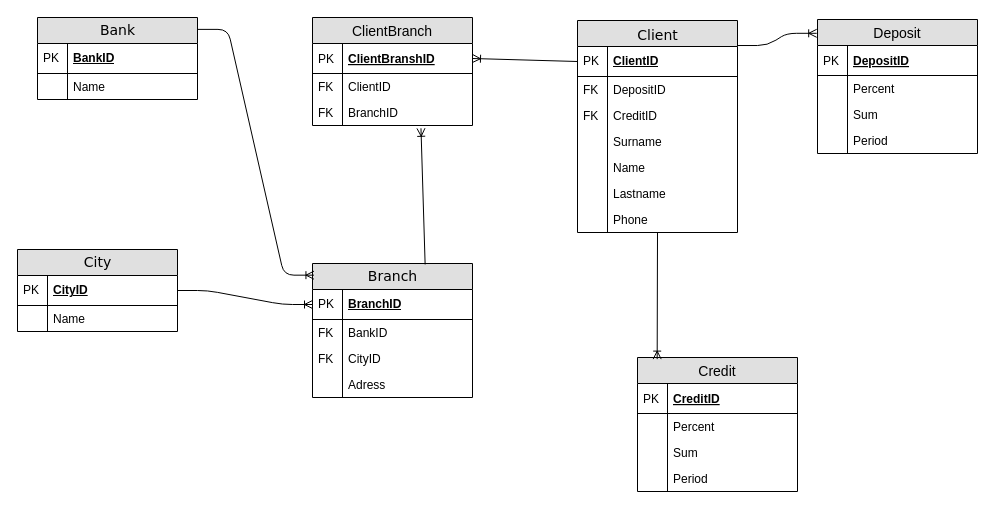
This is Untitled Diagram.drawio from duxa2089/entity-relationship-model, a draw.io file, before an edit. Source tidied: cells renumbered, new cells numbered last; positions are measured from the earlier drawing's top-left corner, leaving out a move shared by most shapes. Both pictures are drawn from the tidied source at 100%, with x=0, y=0 at pixel (17, 17).
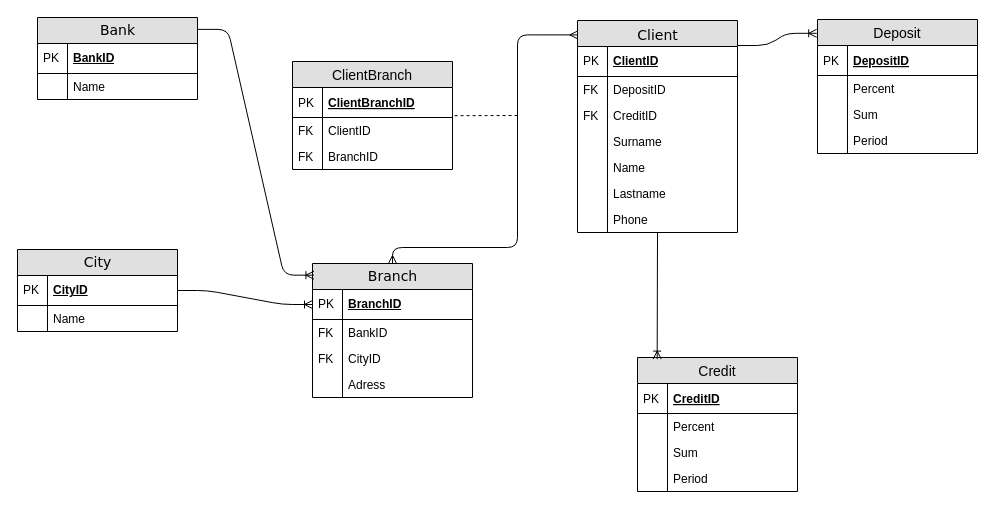
After the change.

Unchanged cells that the change refers to:
```xml
<mxCell id="2" value="Client" style="swimlane;html=1;fontStyle=0;horizontal=1;startSize=26;fillColor=#e0e0e0;swimlaneFillColor=#ffffff;align=center;rounded=0;shadow=0;comic=0;labelBackgroundColor=none;strokeColor=#000000;strokeWidth=1;fontFamily=Verdana;fontSize=14;fontColor=#000000;swimlaneLine=1;verticalAlign=top;" parent="1" vertex="1">
  <mxGeometry x="560" y="3" width="160" height="212" as="geometry" />
</mxCell>
<mxCell id="3" value="ClientID" style="shape=partialRectangle;top=0;left=0;right=0;bottom=1;html=1;align=left;verticalAlign=middle;fillColor=none;spacingLeft=34;spacingRight=4;whiteSpace=wrap;overflow=hidden;points=[[0,0.5],[1,0.5]];portConstraint=eastwest;fontStyle=5;" parent="2" vertex="1">
  <mxGeometry y="26" width="160" height="30" as="geometry" />
</mxCell>
<mxCell id="22" value="Branch" style="swimlane;html=1;fontStyle=0;horizontal=1;startSize=26;fillColor=#e0e0e0;swimlaneFillColor=#ffffff;align=center;rounded=0;shadow=0;comic=0;labelBackgroundColor=none;strokeColor=#000000;strokeWidth=1;fontFamily=Verdana;fontSize=14;fontColor=#000000;" parent="1" vertex="1">
  <mxGeometry x="295" y="246" width="160" height="134" as="geometry" />
</mxCell>
<mxCell id="60" value="ClientID" style="shape=partialRectangle;top=0;left=0;right=0;bottom=0;align=left;verticalAlign=top;fillColor=none;spacingLeft=34;spacingRight=4;overflow=hidden;points=[[0,0.5],[1,0.5]];portConstraint=eastwest;fontSize=12;" parent="57" vertex="1">
  <mxGeometry y="56" width="160" height="26" as="geometry" />
</mxCell>
<mxCell id="62" value="BranchID" style="shape=partialRectangle;top=0;left=0;right=0;bottom=0;align=left;verticalAlign=top;fillColor=none;spacingLeft=34;spacingRight=4;overflow=hidden;points=[[0,0.5],[1,0.5]];portConstraint=eastwest;fontSize=12;" parent="57" vertex="1">
  <mxGeometry y="82" width="160" height="26" as="geometry" />
</mxCell>
```

Change to the diagram source:
```diff
@@
     <mxCell id="57" value="ClientBranch" style="swimlane;fontStyle=0;horizontal=1;startSize=26;fillColor=#e0e0e0;swimlaneFillColor=#ffffff;align=center;fontSize=14;" parent="1" vertex="1">
-      <mxGeometry x="295" width="160" height="108" as="geometry" />
+      <mxGeometry x="275" y="44" width="160" height="108" as="geometry" />
     </mxCell>
-    <mxCell id="58" value="ClientBranshID" style="shape=partialRectangle;top=0;left=0;right=0;bottom=1;align=left;verticalAlign=middle;fillColor=none;spacingLeft=34;spacingRight=4;overflow=hidden;points=[[0,0.5],[1,0.5]];portConstraint=eastwest;fontStyle=5;fontSize=12;" parent="57" vertex="1">
+    <mxCell id="58" value="ClientBranchID" style="shape=partialRectangle;top=0;left=0;right=0;bottom=1;align=left;verticalAlign=middle;fillColor=none;spacingLeft=34;spacingRight=4;overflow=hidden;points=[[0,0.5],[1,0.5]];portConstraint=eastwest;fontStyle=5;fontSize=12;" parent="57" vertex="1">
       <mxGeometry y="26" width="160" height="30" as="geometry" />
     </mxCell>
@@
-    <mxCell id="64" style="fontSize=12;html=1;endArrow=ERoneToMany;entryX=0.678;entryY=1.108;entryDx=0;entryDy=0;entryPerimeter=0;exitX=0.704;exitY=0.007;exitDx=0;exitDy=0;exitPerimeter=0;" parent="1" edge="1" source="22" target="62">
-      <mxGeometry relative="1" as="geometry" />
-    </mxCell>
@@
-    <mxCell id="66" style="fontSize=12;html=1;endArrow=ERoneToMany;entryX=1;entryY=0.5;entryDx=0;entryDy=0;exitX=0;exitY=0.5;exitDx=0;exitDy=0;" parent="1" edge="1" source="3" target="58">
-      <mxGeometry relative="1" as="geometry" />
-    </mxCell>
+    <mxCell id="67" style="edgeStyle=orthogonalEdgeStyle;fontSize=12;html=1;endArrow=ERmany;startArrow=ERmany;entryX=0.002;entryY=0.068;entryDx=0;entryDy=0;entryPerimeter=0;exitX=0.5;exitY=0;exitDx=0;exitDy=0;" parent="1" edge="1" source="22" target="2">
+      <mxGeometry relative="1" as="geometry">
+        <Array as="points">
+          <mxPoint x="375" y="230" />
+          <mxPoint x="500" y="230" />
+          <mxPoint x="500" y="17" />
+        </Array>
+      </mxGeometry>
+    </mxCell>
+    <mxCell id="68" style="fontSize=12;html=1;endArrow=none;dashed=1;endFill=0;exitX=1.013;exitY=-0.069;exitDx=0;exitDy=0;exitPerimeter=0;" parent="1" edge="1" source="60">
+      <mxGeometry relative="1" as="geometry">
+        <mxPoint x="500" y="98" as="targetPoint" />
+      </mxGeometry>
+    </mxCell>
```
